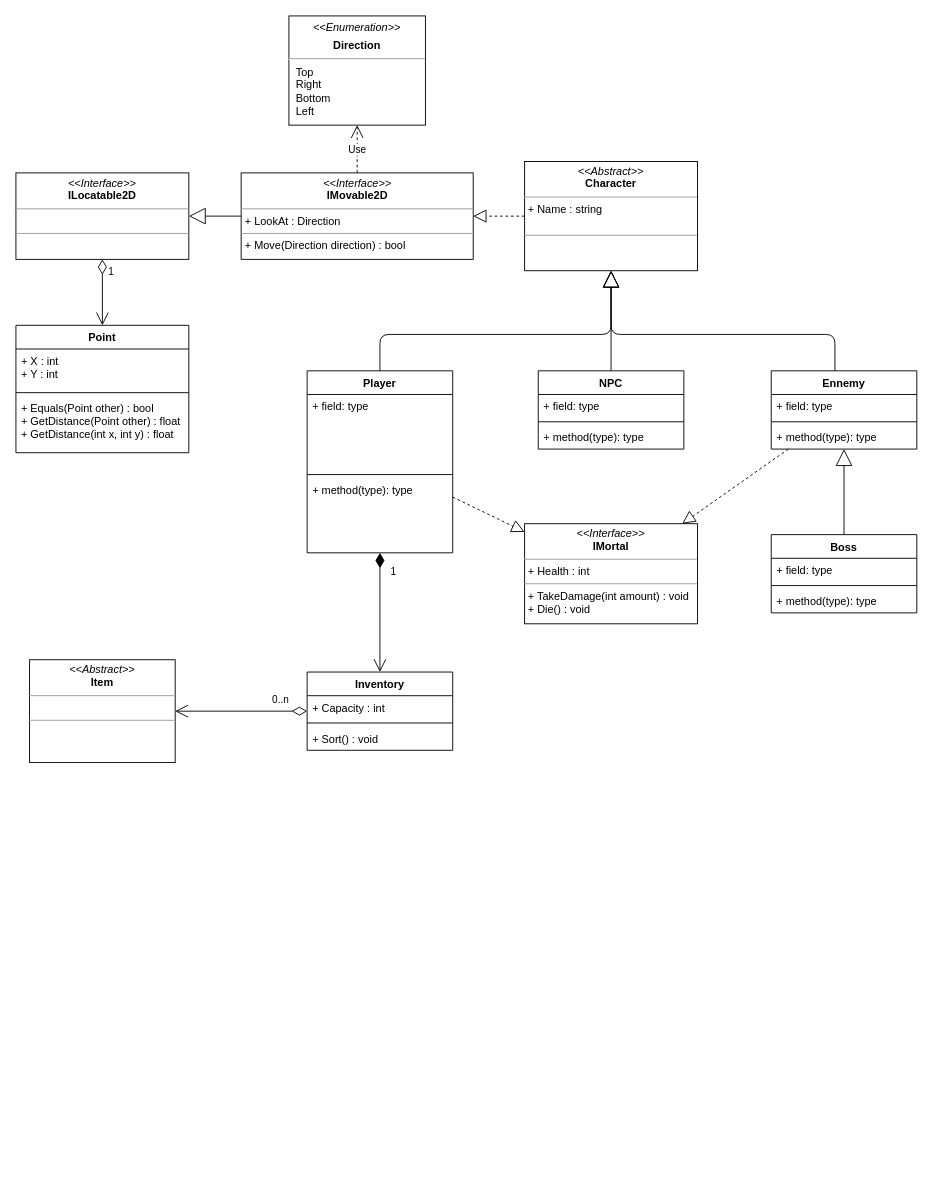
Before: Resources/classdiagram.drawio in PaakuPakuu/RPG, a draw.io diagram. Source tidied: cells renumbered, new cells numbered last; positions are measured from the earlier drawing's top-left corner, leaving out a move shared by most shapes. Both pictures are drawn from the tidied source at 91%, with x=0, y=0 at pixel (15, 15).
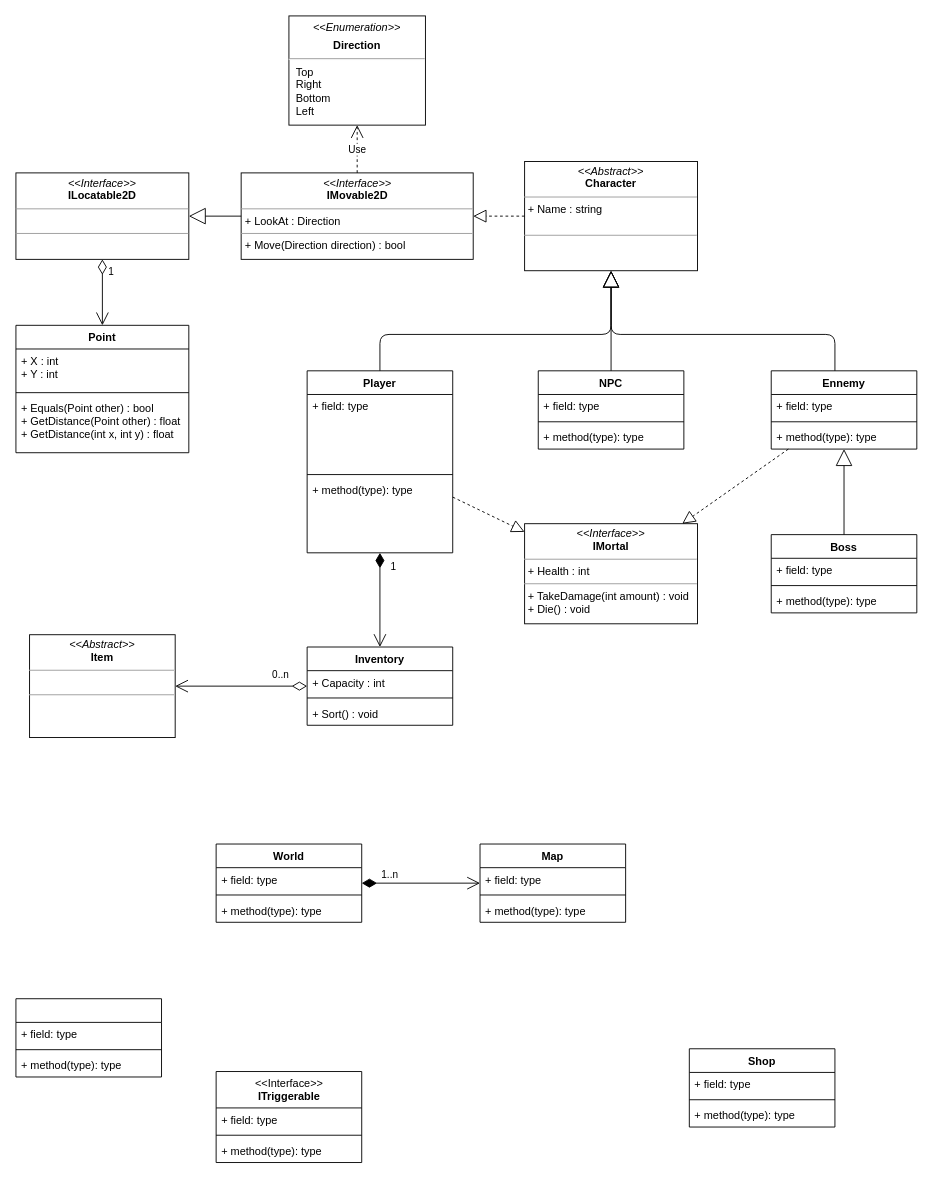
After the change.

Commit message:
🚧📝 Diagramme de classe

Diff of the diagram source:
```diff
@@
     <mxCell id="37" value="Inventory" style="swimlane;fontStyle=1;align=center;verticalAlign=top;horizontal=1;startSize=26;" parent="1" vertex="1">
-      <mxGeometry x="320" y="721" width="160" height="86" as="geometry" />
+      <mxGeometry x="320" y="693.5" width="160" height="86" as="geometry" />
     </mxCell>
@@
     <mxCell id="41" value="&lt;p style=&quot;margin: 0px ; margin-top: 4px ; text-align: center&quot;&gt;&lt;i&gt;&amp;lt;&amp;lt;Abstract&amp;gt;&amp;gt;&lt;/i&gt;&lt;br&gt;&lt;b&gt;Item&lt;/b&gt;&lt;/p&gt;&lt;hr size=&quot;1&quot;&gt;&lt;p style=&quot;margin: 0px ; margin-left: 4px&quot;&gt;&lt;br&gt;&lt;/p&gt;&lt;hr size=&quot;1&quot;&gt;&lt;p style=&quot;margin: 0px ; margin-left: 4px&quot;&gt;&lt;br&gt;&lt;/p&gt;" style="verticalAlign=top;align=left;overflow=fill;fontSize=12;fontFamily=Helvetica;html=1;" parent="1" vertex="1">
-      <mxGeometry x="15" y="707.5" width="160" height="113" as="geometry" />
+      <mxGeometry x="15" y="680" width="160" height="113" as="geometry" />
     </mxCell>
@@
+    <mxCell id="44" value="World" style="swimlane;fontStyle=1;align=center;verticalAlign=top;horizontal=1;startSize=26;" parent="1" vertex="1">
+      <mxGeometry x="220" y="910" width="160" height="86" as="geometry" />
+    </mxCell>
+    <mxCell id="45" value="+ field: type" style="text;strokeColor=none;fillColor=none;align=left;verticalAlign=top;spacingLeft=4;spacingRight=4;overflow=hidden;" parent="44" vertex="1">
+      <mxGeometry y="26" width="160" height="26" as="geometry" />
+    </mxCell>
+    <mxCell id="46" style="line;strokeWidth=1;fillColor=none;align=left;verticalAlign=middle;spacingTop=-1;spacingLeft=3;spacingRight=3;labelPosition=right;" parent="44" vertex="1">
+      <mxGeometry y="52" width="160" height="8" as="geometry" />
+    </mxCell>
+    <mxCell id="47" value="+ method(type): type" style="text;strokeColor=none;fillColor=none;align=left;verticalAlign=top;spacingLeft=4;spacingRight=4;overflow=hidden;" parent="44" vertex="1">
+      <mxGeometry y="60" width="160" height="26" as="geometry" />
+    </mxCell>
+    <mxCell id="48" value="Map" style="swimlane;fontStyle=1;align=center;verticalAlign=top;horizontal=1;startSize=26;" parent="1" vertex="1">
+      <mxGeometry x="510" y="910" width="160" height="86" as="geometry" />
+    </mxCell>
+    <mxCell id="49" value="+ field: type" style="text;strokeColor=none;fillColor=none;align=left;verticalAlign=top;spacingLeft=4;spacingRight=4;overflow=hidden;" parent="48" vertex="1">
+      <mxGeometry y="26" width="160" height="26" as="geometry" />
+    </mxCell>
+    <mxCell id="50" style="line;strokeWidth=1;fillColor=none;align=left;verticalAlign=middle;spacingTop=-1;spacingLeft=3;spacingRight=3;labelPosition=right;" parent="48" vertex="1">
+      <mxGeometry y="52" width="160" height="8" as="geometry" />
+    </mxCell>
+    <mxCell id="51" value="+ method(type): type" style="text;strokeColor=none;fillColor=none;align=left;verticalAlign=top;spacingLeft=4;spacingRight=4;overflow=hidden;" parent="48" vertex="1">
+      <mxGeometry y="60" width="160" height="26" as="geometry" />
+    </mxCell>
+    <mxCell id="52" value="1..n" style="endArrow=open;html=1;endSize=12;startArrow=diamondThin;startSize=14;startFill=1;edgeStyle=orthogonalEdgeStyle;align=left;verticalAlign=bottom;rounded=0;" parent="1" edge="1" source="44" target="48">
+      <mxGeometry x="-0.69" relative="1" as="geometry" />
+    </mxCell>
+    <mxCell id="53" value="&amp;lt;&amp;lt;Interface&amp;gt;&amp;gt;&lt;br&gt;&lt;b&gt;ITriggerable&lt;/b&gt;" style="swimlane;fontStyle=0;align=center;verticalAlign=top;horizontal=1;startSize=40;html=1;" parent="1" vertex="1">
+      <mxGeometry x="220" y="1160" width="160" height="100" as="geometry" />
+    </mxCell>
+    <mxCell id="54" value="+ field: type" style="text;strokeColor=none;fillColor=none;align=left;verticalAlign=top;spacingLeft=4;spacingRight=4;overflow=hidden;" parent="53" vertex="1">
+      <mxGeometry y="40" width="160" height="26" as="geometry" />
+    </mxCell>
+    <mxCell id="55" style="line;strokeWidth=1;fillColor=none;align=left;verticalAlign=middle;spacingTop=-1;spacingLeft=3;spacingRight=3;labelPosition=right;" parent="53" vertex="1">
+      <mxGeometry y="66" width="160" height="8" as="geometry" />
+    </mxCell>
+    <mxCell id="56" value="+ method(type): type" style="text;strokeColor=none;fillColor=none;align=left;verticalAlign=top;spacingLeft=4;spacingRight=4;overflow=hidden;" parent="53" vertex="1">
+      <mxGeometry y="74" width="160" height="26" as="geometry" />
+    </mxCell>
+    <mxCell id="57" style="swimlane;fontStyle=1;align=center;verticalAlign=top;horizontal=1;startSize=26;" parent="1" vertex="1">
+      <mxGeometry y="1080" width="160" height="86" as="geometry" />
+    </mxCell>
+    <mxCell id="58" value="+ field: type" style="text;strokeColor=none;fillColor=none;align=left;verticalAlign=top;spacingLeft=4;spacingRight=4;overflow=hidden;" parent="57" vertex="1">
+      <mxGeometry y="26" width="160" height="26" as="geometry" />
+    </mxCell>
+    <mxCell id="59" style="line;strokeWidth=1;fillColor=none;align=left;verticalAlign=middle;spacingTop=-1;spacingLeft=3;spacingRight=3;labelPosition=right;" parent="57" vertex="1">
+      <mxGeometry y="52" width="160" height="8" as="geometry" />
+    </mxCell>
+    <mxCell id="60" value="+ method(type): type" style="text;strokeColor=none;fillColor=none;align=left;verticalAlign=top;spacingLeft=4;spacingRight=4;overflow=hidden;" parent="57" vertex="1">
+      <mxGeometry y="60" width="160" height="26" as="geometry" />
+    </mxCell>
+    <mxCell id="61" value="Shop" style="swimlane;fontStyle=1;align=center;verticalAlign=top;horizontal=1;startSize=26;" parent="1" vertex="1">
+      <mxGeometry x="740" y="1135" width="160" height="86" as="geometry" />
+    </mxCell>
+    <mxCell id="62" value="+ field: type" style="text;strokeColor=none;fillColor=none;align=left;verticalAlign=top;spacingLeft=4;spacingRight=4;overflow=hidden;" parent="61" vertex="1">
+      <mxGeometry y="26" width="160" height="26" as="geometry" />
+    </mxCell>
+    <mxCell id="63" style="line;strokeWidth=1;fillColor=none;align=left;verticalAlign=middle;spacingTop=-1;spacingLeft=3;spacingRight=3;labelPosition=right;" parent="61" vertex="1">
+      <mxGeometry y="52" width="160" height="8" as="geometry" />
+    </mxCell>
+    <mxCell id="64" value="+ method(type): type" style="text;strokeColor=none;fillColor=none;align=left;verticalAlign=top;spacingLeft=4;spacingRight=4;overflow=hidden;" parent="61" vertex="1">
+      <mxGeometry y="60" width="160" height="26" as="geometry" />
+    </mxCell>
```
